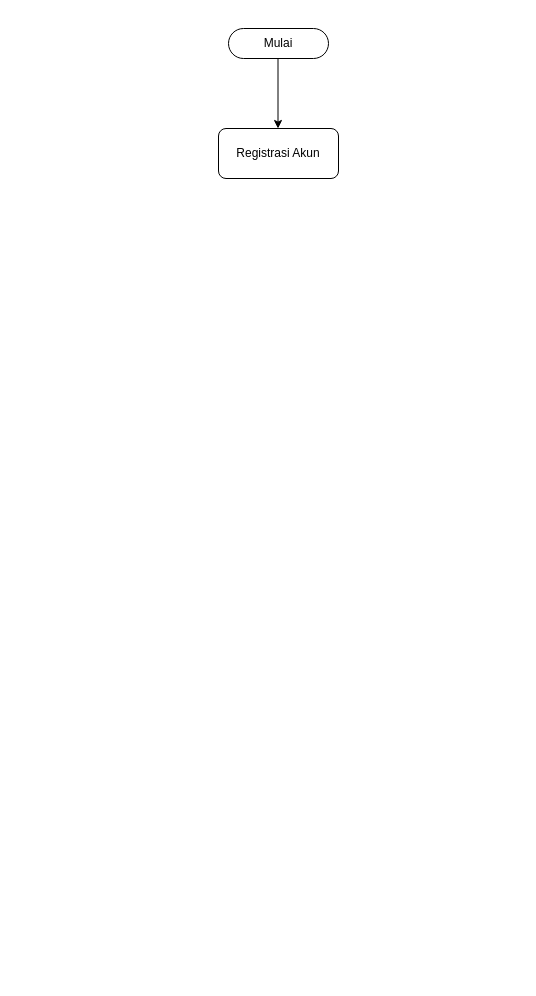
Adityamr2005/APD_Posttest_AdityaMahyudiRamadhan keeps this draw.io diagram as 2409106101_Aditya Mahyudi Ramadhan_C1'24_Posttest 5/Diagram Tanpa Judul.drawio. Above is the earlier version. Source tidied: cells renumbered, new cells numbered last; positions are measured from the earlier drawing's top-left corner, leaving out a move shared by most shapes. Both pictures are drawn from the tidied source at 100%, with x=0, y=0 at pixel (218, 28).
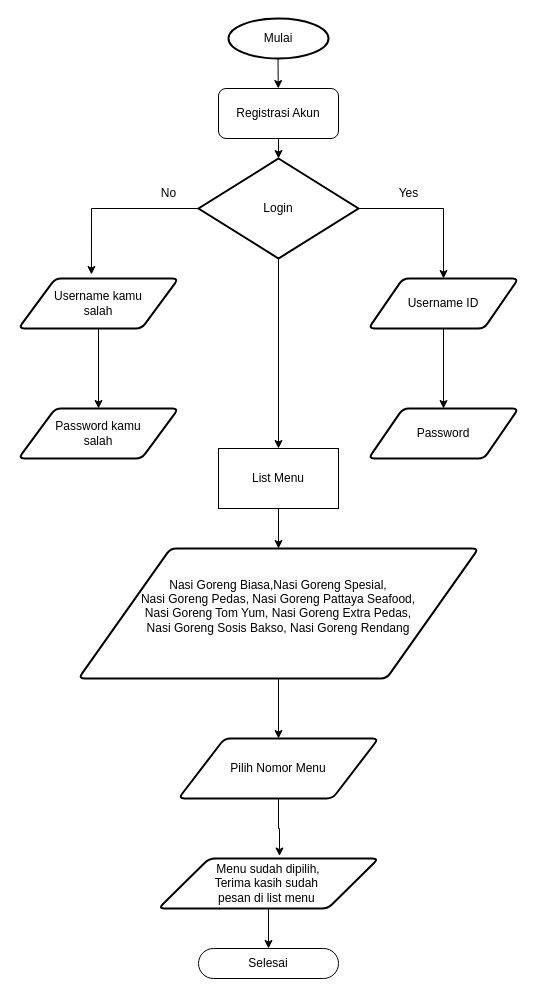
The same page after the edit.

What changed in the source:
```diff
@@
-    <mxCell id="2" style="endArrow=classic;html=1;rounded=0;exitX=0.5;exitY=1;exitDx=0;exitDy=0;exitPerimeter=0;" parent="1" edge="1">
+    <mxCell id="2" style="endArrow=classic;html=1;rounded=0;exitX=0.5;exitY=1;exitDx=0;exitDy=0;exitPerimeter=0;" parent="1" edge="1" source="4">
       <mxGeometry relative="1" as="geometry">
-        <mxPoint x="59.5" y="30" as="sourcePoint" />
         <mxPoint x="59.5" y="100" as="targetPoint" />
       </mxGeometry>
     </mxCell>
+    <mxCell id="5" style="endArrow=classic;html=1;rounded=0;exitX=0.5;exitY=1;exitDx=0;exitDy=0;" parent="1" edge="1" source="16">
+      <mxGeometry relative="1" as="geometry">
+        <mxPoint x="60" y="210" as="targetPoint" />
+        <Array as="points">
+          <mxPoint x="60" y="190" />
+        </Array>
+      </mxGeometry>
+    </mxCell>
+    <mxCell id="6" style="edgeStyle=orthogonalEdgeStyle;rounded=0;jettySize=auto;html=1;exitX=0.5;exitY=1;exitDx=0;exitDy=0;exitPerimeter=0;entryX=0.5;entryY=0;entryDx=0;entryDy=0;" parent="1" edge="1" source="16" target="21">
+      <mxGeometry relative="1" as="geometry" />
+    </mxCell>
+    <mxCell id="7" value="Password" style="shape=parallelogram;html=1;strokeWidth=2;perimeter=parallelogramPerimeter;whiteSpace=wrap;rounded=1;arcSize=12;size=0.23;" parent="1" vertex="1">
+      <mxGeometry x="150" y="380" width="150" height="50" as="geometry" />
+    </mxCell>
+    <mxCell id="8" style="edgeStyle=orthogonalEdgeStyle;rounded=0;jettySize=auto;html=1;exitX=0.5;exitY=1;exitDx=0;exitDy=0;" parent="1" edge="1" source="9" target="10">
+      <mxGeometry relative="1" as="geometry" />
+    </mxCell>
+    <mxCell id="9" value="Username kamu &lt;br&gt;salah" style="shape=parallelogram;html=1;strokeWidth=2;perimeter=parallelogramPerimeter;whiteSpace=wrap;rounded=1;arcSize=12;size=0.23;" parent="1" vertex="1">
+      <mxGeometry x="-200" y="250" width="160" height="50" as="geometry" />
+    </mxCell>
+    <mxCell id="10" value="Password kamu&lt;br&gt;salah" style="shape=parallelogram;html=1;strokeWidth=2;perimeter=parallelogramPerimeter;whiteSpace=wrap;rounded=1;arcSize=12;size=0.23;" parent="1" vertex="1">
+      <mxGeometry x="-200" y="380" width="160" height="50" as="geometry" />
+    </mxCell>
+    <mxCell id="11" style="edgeStyle=orthogonalEdgeStyle;rounded=0;jettySize=auto;html=1;exitX=0;exitY=0.5;exitDx=0;exitDy=0;exitPerimeter=0;entryX=0.456;entryY=-0.08;entryDx=0;entryDy=0;entryPerimeter=0;" parent="1" edge="1" source="16" target="9">
+      <mxGeometry relative="1" as="geometry" />
+    </mxCell>
+    <mxCell id="12" value="Yes" style="text;html=1;align=center;verticalAlign=middle;strokeColor=none;fillColor=none;" parent="1" vertex="1">
+      <mxGeometry x="170" y="150" width="40" height="30" as="geometry" />
+    </mxCell>
+    <mxCell id="13" value="No" style="text;html=1;align=center;verticalAlign=middle;strokeColor=none;fillColor=none;" parent="1" vertex="1">
+      <mxGeometry x="-70" y="150" width="40" height="30" as="geometry" />
+    </mxCell>
+    <mxCell id="14" style="endArrow=classic;html=1;rounded=0;exitX=0.5;exitY=1;exitDx=0;exitDy=0;exitPerimeter=0;" parent="1" edge="1" target="4">
+      <mxGeometry relative="1" as="geometry">
+        <mxPoint x="59.5" y="30" as="sourcePoint" />
+      </mxGeometry>
+    </mxCell>
+    <mxCell id="4" value="Registrasi Akun" style="rounded=1;whiteSpace=wrap;html=1;" parent="1" vertex="1">
+      <mxGeometry y="60" width="120" height="50" as="geometry" />
+    </mxCell>
+    <mxCell id="15" style="endArrow=classic;html=1;rounded=0;exitX=0.5;exitY=1;exitDx=0;exitDy=0;" parent="1" edge="1" source="4" target="16">
+      <mxGeometry relative="1" as="geometry" />
+    </mxCell>
+    <mxCell id="16" value="Login" style="strokeWidth=2;html=1;shape=mxgraph.flowchart.decision;whiteSpace=wrap;" parent="1" vertex="1">
+      <mxGeometry x="-20" y="130" width="160" height="100" as="geometry" />
+    </mxCell>
+    <mxCell id="17" style="edgeStyle=orthogonalEdgeStyle;rounded=0;jettySize=auto;html=1;entryX=0.5;entryY=0;entryDx=0;entryDy=0;" parent="1" edge="1" source="16" target="19">
+      <mxGeometry relative="1" as="geometry" />
+    </mxCell>
+    <mxCell id="18" style="edgeStyle=orthogonalEdgeStyle;rounded=0;jettySize=auto;html=1;exitX=0.5;exitY=1;exitDx=0;exitDy=0;entryX=0.5;entryY=0;entryDx=0;entryDy=0;" parent="1" edge="1" source="19" target="7">
+      <mxGeometry relative="1" as="geometry" />
+    </mxCell>
+    <mxCell id="19" value="Username ID" style="shape=parallelogram;html=1;strokeWidth=2;perimeter=parallelogramPerimeter;whiteSpace=wrap;rounded=1;arcSize=12;size=0.23;" parent="1" vertex="1">
+      <mxGeometry x="150" y="250" width="150" height="50" as="geometry" />
+    </mxCell>
+    <mxCell id="20" style="edgeStyle=orthogonalEdgeStyle;rounded=0;jettySize=auto;html=1;exitX=0.5;exitY=1;exitDx=0;exitDy=0;entryX=0.5;entryY=0;entryDx=0;entryDy=0;" parent="1" edge="1" source="21" target="23">
+      <mxGeometry relative="1" as="geometry" />
+    </mxCell>
+    <mxCell id="21" value="List Menu" style="rounded=0;whiteSpace=wrap;html=1;" parent="1" vertex="1">
+      <mxGeometry y="420" width="120" height="60" as="geometry" />
+    </mxCell>
-    <mxCell id="3" value="Mulai" style="html=1;dashed=0;whiteSpace=wrap;shape=mxgraph.dfd.start;" parent="1" vertex="1">
-      <mxGeometry x="10" width="100" height="30" as="geometry" />
+    <mxCell id="3" value="Mulai" style="strokeWidth=2;html=1;shape=mxgraph.flowchart.start_1;whiteSpace=wrap;" parent="1" vertex="1">
+      <mxGeometry x="10" y="-10" width="100" height="40" as="geometry" />
     </mxCell>
-    <mxCell id="4" value="Registrasi Akun" style="rounded=1;whiteSpace=wrap;html=1;" parent="1" vertex="1">
-      <mxGeometry y="100" width="120" height="50" as="geometry" />
-    </mxCell>
+    <mxCell id="22" style="edgeStyle=orthogonalEdgeStyle;rounded=0;jettySize=auto;html=1;exitX=0.5;exitY=1;exitDx=0;exitDy=0;" parent="1" edge="1" source="23" target="24">
+      <mxGeometry relative="1" as="geometry" />
+    </mxCell>
+    <mxCell id="23" value="Nasi Goreng Biasa,Nasi Goreng Spesial, &lt;br&gt;Nasi Goreng Pedas, Nasi Goreng Pattaya Seafood,&lt;br&gt;Nasi Goreng Tom Yum, Nasi Goreng Extra Pedas,&lt;br&gt;Nasi Goreng Sosis Bakso, Nasi Goreng Rendang&lt;br&gt;&lt;div&gt;&lt;br&gt;&lt;/div&gt;" style="shape=parallelogram;html=1;strokeWidth=2;perimeter=parallelogramPerimeter;whiteSpace=wrap;rounded=1;arcSize=12;size=0.23;" parent="1" vertex="1">
+      <mxGeometry x="-140" y="520" width="400" height="130" as="geometry" />
+    </mxCell>
+    <mxCell id="24" value="Pilih Nomor Menu" style="shape=parallelogram;html=1;strokeWidth=2;perimeter=parallelogramPerimeter;whiteSpace=wrap;rounded=1;arcSize=12;size=0.23;" parent="1" vertex="1">
+      <mxGeometry x="-40" y="710" width="200" height="60" as="geometry" />
+    </mxCell>
+    <mxCell id="25" style="edgeStyle=orthogonalEdgeStyle;rounded=0;jettySize=auto;html=1;exitX=0.5;exitY=1;exitDx=0;exitDy=0;" parent="1" edge="1" source="26" target="28">
+      <mxGeometry relative="1" as="geometry" />
+    </mxCell>
+    <mxCell id="26" value="Menu sudah dipilih,&lt;br&gt;Terima kasih sudah&amp;nbsp;&lt;br&gt;pesan di list menu&amp;nbsp;" style="shape=parallelogram;html=1;strokeWidth=2;perimeter=parallelogramPerimeter;whiteSpace=wrap;rounded=1;arcSize=12;size=0.23;" parent="1" vertex="1">
+      <mxGeometry x="-60" y="830" width="220" height="50" as="geometry" />
+    </mxCell>
+    <mxCell id="27" style="edgeStyle=orthogonalEdgeStyle;rounded=0;jettySize=auto;html=1;exitX=0.5;exitY=1;exitDx=0;exitDy=0;entryX=0.55;entryY=-0.05;entryDx=0;entryDy=0;entryPerimeter=0;" parent="1" edge="1" source="24" target="26">
+      <mxGeometry relative="1" as="geometry" />
+    </mxCell>
+    <mxCell id="28" value="Selesai" style="html=1;dashed=0;whiteSpace=wrap;shape=mxgraph.dfd.start;" parent="1" vertex="1">
+      <mxGeometry x="-20" y="920" width="140" height="30" as="geometry" />
+    </mxCell>
```
